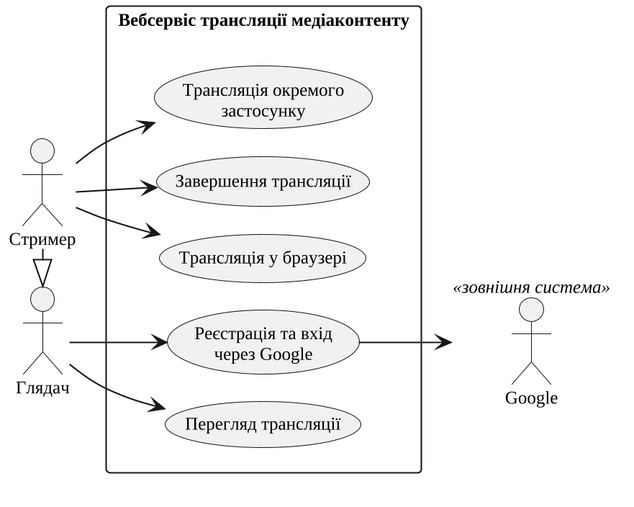
The PlantUML diagram thesis/diagrams/fig-use-cases.png in Nikitos1926/stream-share, before a commit.
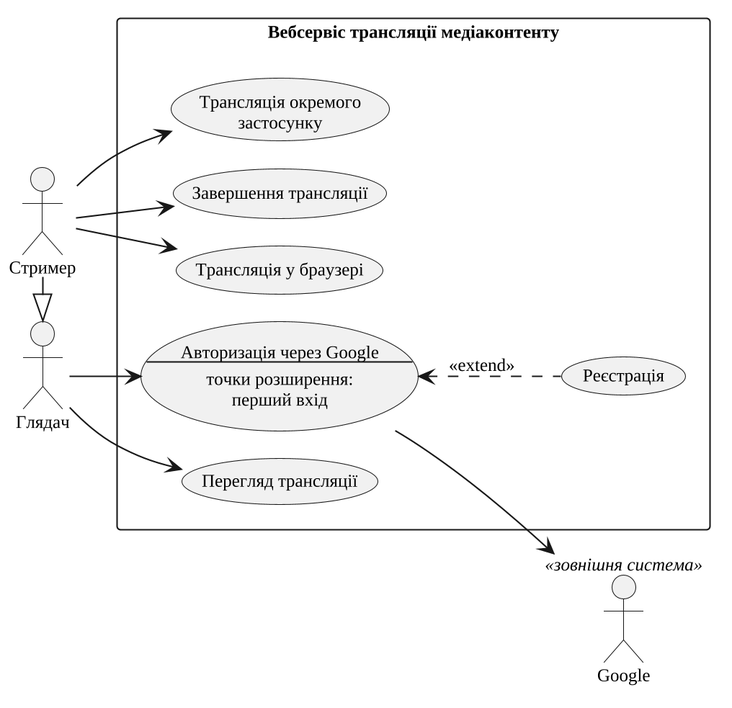
The same diagram one commit later.

Commit message:
thesis: «Реєстрація» <<extend>> «Авторизація через Google» on the use-case diagram, scenarios and UCP (UCP ≈ 109,8)

What changed in the source:
```diff
@@ -15,7 +15,11 @@
 Streamer -|> Viewer
 
 rectangle "Вебсервіс трансляції медіаконтенту" {
-  usecase "Реєстрація та вхід\nчерез Google" as UC_SignIn
+  usecase UC_SignIn as "Авторизація через Google
+--
+точки розширення:
+перший вхід"
+  usecase "Реєстрація" as UC_SignUp
   usecase "Перегляд трансляції" as UC_Watch
   usecase "Трансляція у браузері" as UC_Browser
   usecase "Трансляція окремого\nзастосунку" as UC_App
@@ -25,6 +29,7 @@
 Viewer --> UC_SignIn
 Viewer --> UC_Watch
 UC_SignIn --> Google
+UC_SignIn <.. UC_SignUp : <<extend>>
 
 Streamer --> UC_Browser
 Streamer --> UC_App
```
